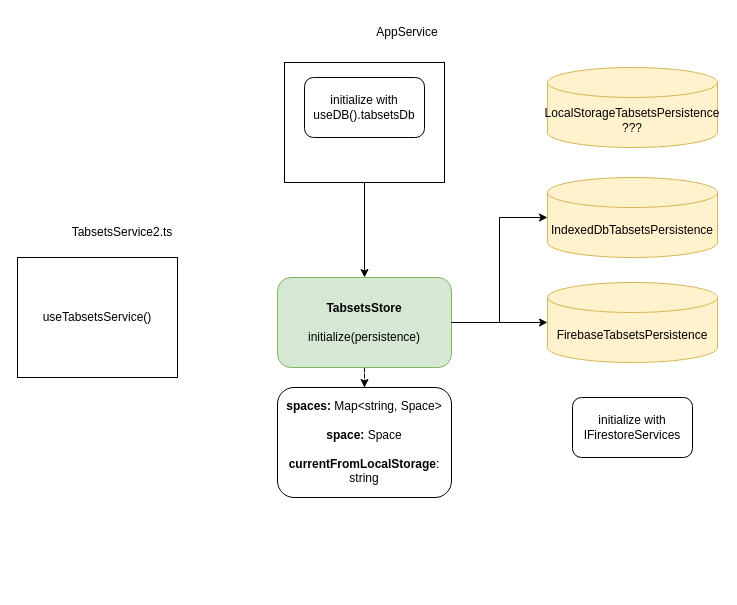
evandor/tabsets keeps this draw.io diagram as docs/drawio/tabsets.drawio. Above is the earlier version. Source tidied: cells renumbered, new cells numbered last; positions are measured from the earlier drawing's top-left corner, leaving out a move shared by most shapes. Both pictures are drawn from the tidied source at 100%, with x=0, y=0 at pixel (17, 17).
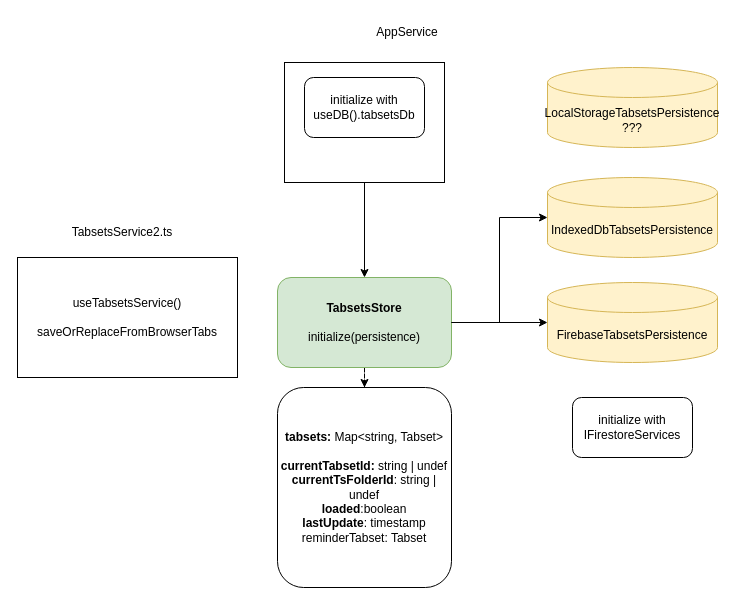
Above is the later version.

The edit, as a diff of the source:
```diff
@@
 <mxGraphModel>
   <root>
     <mxCell id="0" />
     <mxCell id="1" parent="0" />
     <mxCell id="2" style="edgeStyle=orthogonalEdgeStyle;rounded=0;jettySize=auto;html=1;dashed=1;startArrow=none;startFill=0;" parent="1" edge="1" source="3" target="12">
       <mxGeometry relative="1" as="geometry" />
     </mxCell>
     <mxCell id="3" value="&lt;b&gt;TabsetsStore&lt;/b&gt;&lt;div&gt;&lt;br&gt;&lt;/div&gt;&lt;div&gt;initialize(persistence)&lt;/div&gt;" style="rounded=1;whiteSpace=wrap;html=1;fillColor=#d5e8d4;strokeColor=#82b366;" parent="1" vertex="1">
       <mxGeometry x="260" y="260" width="174" height="90" as="geometry" />
     </mxCell>
     <mxCell id="4" value="FirebaseTabsetsPersistence" style="shape=cylinder3;whiteSpace=wrap;html=1;boundedLbl=1;backgroundOutline=1;size=15;fillColor=#fff2cc;strokeColor=#d6b656;" parent="1" vertex="1">
       <mxGeometry x="530" y="265" width="170" height="80" as="geometry" />
     </mxCell>
     <mxCell id="5" style="edgeStyle=orthogonalEdgeStyle;rounded=0;jettySize=auto;html=1;entryX=0;entryY=0.5;entryDx=0;entryDy=0;entryPerimeter=0;" parent="1" edge="1" source="3" target="4">
       <mxGeometry relative="1" as="geometry" />
     </mxCell>
     <mxCell id="6" value="IndexedDbTabsetsPersistence" style="shape=cylinder3;whiteSpace=wrap;html=1;boundedLbl=1;backgroundOutline=1;size=15;fillColor=#fff2cc;strokeColor=#d6b656;" parent="1" vertex="1">
       <mxGeometry x="530" y="160" width="170" height="80" as="geometry" />
     </mxCell>
     <mxCell id="7" style="edgeStyle=orthogonalEdgeStyle;rounded=0;jettySize=auto;html=1;entryX=0;entryY=0.5;entryDx=0;entryDy=0;entryPerimeter=0;" parent="1" edge="1" source="3" target="6">
       <mxGeometry relative="1" as="geometry" />
     </mxCell>
     <mxCell id="8" style="edgeStyle=orthogonalEdgeStyle;rounded=0;jettySize=auto;html=1;entryX=0.5;entryY=0;entryDx=0;entryDy=0;" parent="1" edge="1" source="9" target="3">
       <mxGeometry relative="1" as="geometry" />
     </mxCell>
     <mxCell id="9" style="rounded=0;whiteSpace=wrap;html=1;align=center;" parent="1" vertex="1">
       <mxGeometry x="267" y="45" width="160" height="120" as="geometry" />
     </mxCell>
     <mxCell id="10" value="AppService" style="text;html=1;align=center;verticalAlign=middle;whiteSpace=wrap;rounded=0;" parent="1" vertex="1">
       <mxGeometry x="360" width="60" height="30" as="geometry" />
     </mxCell>
     <mxCell id="11" value="&lt;div&gt;initialize with&lt;/div&gt;useDB().tabsetsDb" style="rounded=1;whiteSpace=wrap;html=1;" parent="1" vertex="1">
       <mxGeometry x="287" y="60" width="120" height="60" as="geometry" />
     </mxCell>
-    <mxCell id="12" value="&lt;b&gt;spaces: &lt;/b&gt;Map&amp;lt;string, Space&amp;gt;&lt;br&gt;&lt;br&gt;&lt;b&gt;space: &lt;/b&gt;Space&lt;div&gt;&lt;br&gt;&lt;/div&gt;&lt;div&gt;&lt;b&gt;currentFromLocalStorage&lt;/b&gt;: string&lt;/div&gt;" style="rounded=1;whiteSpace=wrap;html=1;" parent="1" vertex="1">
-      <mxGeometry x="260" y="370" width="174" height="110" as="geometry" />
+    <mxCell id="12" value="&lt;b&gt;tabsets: &lt;/b&gt;Map&amp;lt;string, Tabset&amp;gt;&lt;br&gt;&lt;br&gt;&lt;b&gt;currentTabsetId: &lt;/b&gt;string | undef&lt;div&gt;&lt;b&gt;currentTsFolderId&lt;/b&gt;: string | undef&lt;/div&gt;&lt;div&gt;&lt;b&gt;loaded&lt;/b&gt;:boolean&lt;/div&gt;&lt;div&gt;&lt;b&gt;lastUpdate&lt;/b&gt;: timestamp&lt;/div&gt;&lt;div&gt;reminderTabset: Tabset&lt;/div&gt;" style="rounded=1;whiteSpace=wrap;html=1;" parent="1" vertex="1">
+      <mxGeometry x="260" y="370" width="174" height="200" as="geometry" />
     </mxCell>
     <mxCell id="13" value="&lt;div&gt;initialize with&lt;/div&gt;IFirestoreServices" style="rounded=1;whiteSpace=wrap;html=1;" parent="1" vertex="1">
       <mxGeometry x="555" y="380" width="120" height="60" as="geometry" />
     </mxCell>
-    <mxCell id="14" value="useTabsetsService()" style="rounded=0;whiteSpace=wrap;html=1;align=center;" parent="1" vertex="1">
-      <mxGeometry y="240" width="160" height="120" as="geometry" />
+    <mxCell id="14" value="useTabsetsService()&lt;div&gt;&lt;br&gt;&lt;/div&gt;&lt;div&gt;saveOrReplaceFromBrowserTabs&lt;/div&gt;" style="rounded=0;whiteSpace=wrap;html=1;align=center;" parent="1" vertex="1">
+      <mxGeometry y="240" width="220" height="120" as="geometry" />
     </mxCell>
     <mxCell id="15" value="TabsetsService2.ts" style="text;html=1;align=center;verticalAlign=middle;whiteSpace=wrap;rounded=0;" parent="1" vertex="1">
       <mxGeometry x="50" y="200" width="110" height="30" as="geometry" />
     </mxCell>
     <mxCell id="16" value="LocalStorageTabsetsPersistence&lt;div&gt;???&lt;/div&gt;" style="shape=cylinder3;whiteSpace=wrap;html=1;boundedLbl=1;backgroundOutline=1;size=15;fillColor=#fff2cc;strokeColor=#d6b656;" parent="1" vertex="1">
       <mxGeometry x="530" y="50" width="170" height="80" as="geometry" />
     </mxCell>
   </root>
 </mxGraphModel>
```
